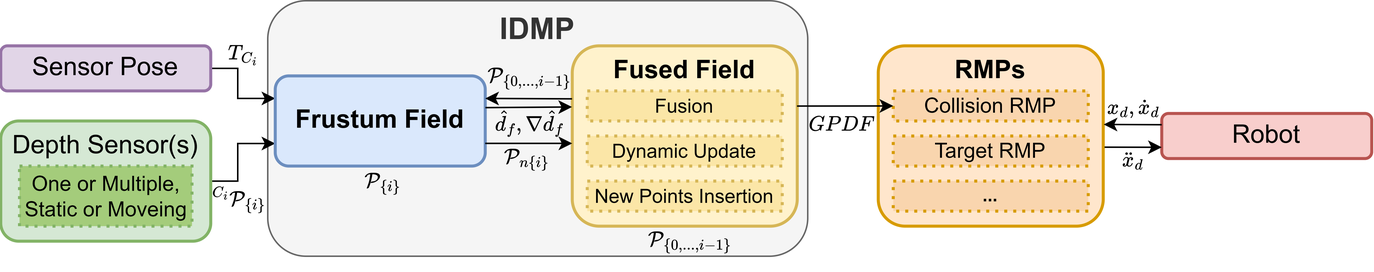
This is static/images/framework.png from Usaali/IDMP-RMP, a draw.io export, as it was before one commit. Source tidied: cells renumbered, new cells last; positions are measured from the earlier drawing's top-left corner, leaving out a move shared by most shapes.
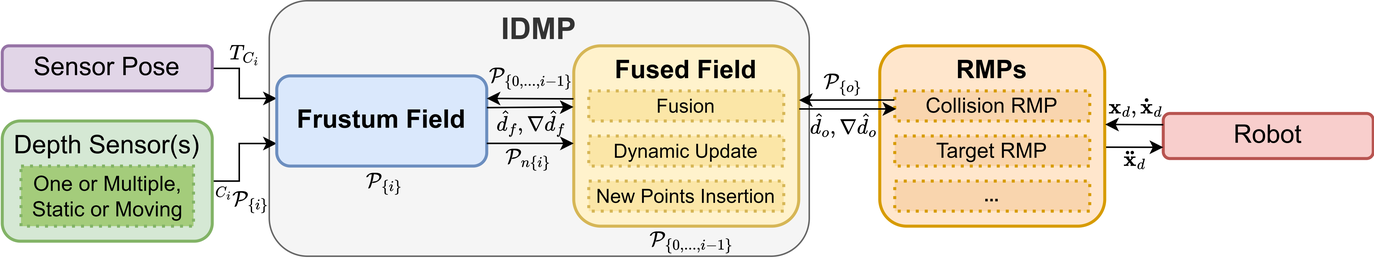
After the commit.

What changed in the source:
```diff
@@ -2,120 +2,128 @@
   <root>
     <mxCell id="0" />
     <mxCell id="1" parent="0" />
-    <mxCell id="2" value="IDMP" style="rounded=1;whiteSpace=wrap;html=1;verticalAlign=top;fontSize=20;fillColor=#f5f5f5;fontColor=#333333;strokeColor=#666666;fontStyle=1;" parent="1" vertex="1">
-      <mxGeometry x="178" width="360" height="170" as="geometry" />
+    <mxCell id="2" value="$$ \mathcal{P}_{\{o\}}$$" style="text;html=1;align=center;verticalAlign=middle;whiteSpace=wrap;rounded=0;" parent="1" vertex="1">
+      <mxGeometry x="531" y="40" width="60" height="30" as="geometry" />
     </mxCell>
-    <mxCell id="3" style="edgeStyle=orthogonalEdgeStyle;rounded=0;jettySize=auto;html=1;entryX=0;entryY=0.25;entryDx=0;entryDy=0;strokeWidth=1;endArrow=classic;endFill=1;" parent="1" edge="1" source="4" target="7">
-      <mxGeometry relative="1" as="geometry">
-        <Array as="points">
-          <mxPoint x="158" y="45" />
-          <mxPoint x="158" y="65" />
-        </Array>
-      </mxGeometry>
+    <mxCell id="3" value="$$ \hat{d}_{o}, \nabla \hat{d}_{o}$$" style="text;html=1;align=center;verticalAlign=middle;whiteSpace=wrap;rounded=0;" parent="1" vertex="1">
+      <mxGeometry x="501" y="68" width="120" height="30" as="geometry" />
     </mxCell>
-    <mxCell id="4" value="Sensor Pose" style="rounded=1;whiteSpace=wrap;html=1;strokeWidth=2;fontFamily=Helvetica;fontSize=17;verticalAlign=middle;fillColor=#e1d5e7;strokeColor=#9673a6;fontStyle=0;" parent="1" vertex="1">
-      <mxGeometry y="30" width="140" height="30" as="geometry" />
+    <mxCell id="4" value="IDMP" style="rounded=1;whiteSpace=wrap;html=1;verticalAlign=top;fontSize=20;fillColor=#f5f5f5;fontColor=#333333;strokeColor=#666666;fontStyle=1;" parent="1" vertex="1">
+      <mxGeometry x="178" width="360" height="170" as="geometry" />
     </mxCell>
-    <mxCell id="5" style="edgeStyle=orthogonalEdgeStyle;rounded=0;jettySize=auto;html=1;entryX=0;entryY=0.75;entryDx=0;entryDy=0;" parent="1" edge="1" source="6" target="7">
-      <mxGeometry relative="1" as="geometry">
-        <Array as="points">
-          <mxPoint x="158" y="120" />
-          <mxPoint x="158" y="95" />
-        </Array>
-      </mxGeometry>
+    <mxCell id="5" value="$$ \hat{d}_{f}, \nabla \hat{d}_{f}$$" style="text;html=1;align=center;verticalAlign=middle;whiteSpace=wrap;rounded=0;" parent="1" vertex="1">
+      <mxGeometry x="293" y="66" width="120" height="30" as="geometry" />
     </mxCell>
-    <mxCell id="6" value="&lt;font style=&quot;font-size: 17px;&quot;&gt;Depth Sensor(s)&lt;/font&gt;" style="rounded=1;whiteSpace=wrap;html=1;strokeWidth=2;fontFamily=Helvetica;fontSize=17;verticalAlign=top;fillColor=#d5e8d4;strokeColor=#82b366;fontStyle=0;" parent="1" vertex="1">
-      <mxGeometry y="80" width="140" height="80" as="geometry" />
+    <mxCell id="6" value="$$ \mathcal{P}_{\{0,...,i-1\}}$$" style="text;html=1;align=center;verticalAlign=middle;whiteSpace=wrap;rounded=0;" parent="1" vertex="1">
+      <mxGeometry x="323" y="36" width="60" height="30" as="geometry" />
     </mxCell>
-    <mxCell id="7" value="Frustum Field" style="rounded=1;whiteSpace=wrap;html=1;strokeWidth=2;fontFamily=Helvetica;fontSize=17;verticalAlign=middle;fillColor=#dae8fc;strokeColor=#6c8ebf;fontStyle=1;" parent="1" vertex="1">
-      <mxGeometry x="183" y="50" width="140" height="60" as="geometry" />
+    <mxCell id="7" style="edgeStyle=orthogonalEdgeStyle;rounded=0;jettySize=auto;html=1;entryX=0;entryY=0.25;entryDx=0;entryDy=0;strokeWidth=1;endArrow=classic;endFill=1;" parent="1" edge="1" source="8" target="11">
+      <mxGeometry relative="1" as="geometry">
+        <Array as="points">
+          <mxPoint x="158" y="45" />
+          <mxPoint x="158" y="65" />
+        </Array>
+      </mxGeometry>
     </mxCell>
-    <mxCell id="8" value="Robot" style="rounded=1;whiteSpace=wrap;html=1;strokeWidth=2;fontFamily=Helvetica;fontSize=17;verticalAlign=middle;fillColor=#f8cecc;strokeColor=#b85450;fontStyle=0;" parent="1" vertex="1">
-      <mxGeometry x="774" y="75" width="140" height="30" as="geometry" />
+    <mxCell id="8" value="Sensor Pose" style="rounded=1;whiteSpace=wrap;html=1;strokeWidth=2;fontFamily=Helvetica;fontSize=17;verticalAlign=middle;fillColor=#e1d5e7;strokeColor=#9673a6;fontStyle=0;" parent="1" vertex="1">
+      <mxGeometry y="30" width="140" height="30" as="geometry" />
     </mxCell>
-    <mxCell id="9" value="One or Multiple,&lt;div style=&quot;font-size: 14px;&quot;&gt;Static or Moveing&lt;/div&gt;" style="rounded=0;whiteSpace=wrap;html=1;dashed=1;strokeWidth=2;dashPattern=1 2;fillColor=#A4CC7B;strokeColor=#82b366;fontSize=14;" parent="1" vertex="1">
-      <mxGeometry x="12.5" y="110" width="115" height="40" as="geometry" />
+    <mxCell id="9" style="edgeStyle=orthogonalEdgeStyle;rounded=0;jettySize=auto;html=1;entryX=0;entryY=0.75;entryDx=0;entryDy=0;" parent="1" edge="1" source="10" target="11">
+      <mxGeometry relative="1" as="geometry">
+        <Array as="points">
+          <mxPoint x="158" y="120" />
+          <mxPoint x="158" y="95" />
+        </Array>
+      </mxGeometry>
     </mxCell>
-    <mxCell id="10" style="group;" parent="1" vertex="1">
-      <mxGeometry x="381" y="30" width="150" height="120" as="geometry" />
+    <mxCell id="10" value="&lt;font style=&quot;font-size: 17px;&quot;&gt;Depth Sensor(s)&lt;/font&gt;" style="rounded=1;whiteSpace=wrap;html=1;strokeWidth=2;fontFamily=Helvetica;fontSize=17;verticalAlign=top;fillColor=#d5e8d4;strokeColor=#82b366;fontStyle=0;" parent="1" vertex="1">
+      <mxGeometry y="80" width="140" height="80" as="geometry" />
     </mxCell>
-    <mxCell id="11" value="&lt;font style=&quot;font-size: 17px;&quot;&gt;Fused Field&lt;/font&gt;" style="rounded=1;whiteSpace=wrap;html=1;strokeWidth=2;fontFamily=Helvetica;fontSize=15;verticalAlign=top;fillColor=#fff2cc;strokeColor=#d6b656;fontStyle=1;" parent="10" vertex="1">
-      <mxGeometry width="150" height="120" as="geometry" />
+    <mxCell id="11" value="Frustum Field" style="rounded=1;whiteSpace=wrap;html=1;strokeWidth=2;fontFamily=Helvetica;fontSize=17;verticalAlign=middle;fillColor=#dae8fc;strokeColor=#6c8ebf;fontStyle=1;" parent="1" vertex="1">
+      <mxGeometry x="183" y="50" width="140" height="60" as="geometry" />
     </mxCell>
-    <mxCell id="12" value="Fusion" style="rounded=0;whiteSpace=wrap;html=1;dashed=1;strokeWidth=2;dashPattern=1 2;fillColor=#fbe6a7;strokeColor=#d6b656;fontSize=13;" parent="10" vertex="1">
-      <mxGeometry x="10" y="30" width="130" height="20" as="geometry" />
+    <mxCell id="12" value="Robot" style="rounded=1;whiteSpace=wrap;html=1;strokeWidth=2;fontFamily=Helvetica;fontSize=17;verticalAlign=middle;fillColor=#f8cecc;strokeColor=#b85450;fontStyle=0;" parent="1" vertex="1">
+      <mxGeometry x="774" y="75" width="140" height="30" as="geometry" />
     </mxCell>
-    <mxCell id="13" value="Dynamic Update" style="rounded=0;whiteSpace=wrap;html=1;dashed=1;strokeWidth=2;dashPattern=1 2;fillColor=#fbe6a7;strokeColor=#d6b656;fontSize=13;" parent="10" vertex="1">
-      <mxGeometry x="10" y="60" width="130" height="20" as="geometry" />
+    <mxCell id="13" value="One or Multiple,&lt;div style=&quot;font-size: 14px;&quot;&gt;Static or Moving&lt;/div&gt;" style="rounded=0;whiteSpace=wrap;html=1;dashed=1;strokeWidth=2;dashPattern=1 2;fillColor=#A4CC7B;strokeColor=#82b366;fontSize=14;" parent="1" vertex="1">
+      <mxGeometry x="12.5" y="110" width="115" height="40" as="geometry" />
     </mxCell>
-    <mxCell id="14" value="New Points Insertion" style="rounded=0;whiteSpace=wrap;html=1;dashed=1;strokeWidth=2;dashPattern=1 2;fillColor=#fbe6a7;strokeColor=#d6b656;fontSize=13;" parent="10" vertex="1">
-      <mxGeometry x="10" y="90" width="130" height="20" as="geometry" />
+    <mxCell id="14" style="group;" parent="1" vertex="1">
+      <mxGeometry x="381" y="30" width="150" height="120" as="geometry" />
     </mxCell>
-    <mxCell id="15" style="endArrow=classic;html=1;rounded=0;entryX=-0.001;entryY=0.339;entryDx=0;entryDy=0;entryPerimeter=0;exitX=1.001;exitY=0.352;exitDx=0;exitDy=0;exitPerimeter=0;" parent="1" edge="1" source="7" target="11">
-      <mxGeometry relative="1" as="geometry" />
+    <mxCell id="15" value="&lt;font style=&quot;font-size: 17px;&quot;&gt;Fused Field&lt;/font&gt;" style="rounded=1;whiteSpace=wrap;html=1;strokeWidth=2;fontFamily=Helvetica;fontSize=15;verticalAlign=top;fillColor=#fff2cc;strokeColor=#d6b656;fontStyle=1;" parent="14" vertex="1">
+      <mxGeometry width="150" height="120" as="geometry" />
     </mxCell>
-    <mxCell id="16" style="endArrow=classic;html=1;rounded=0;exitX=-0.001;exitY=0.294;exitDx=0;exitDy=0;exitPerimeter=0;entryX=1;entryY=0.25;entryDx=0;entryDy=0;" parent="1" edge="1" source="11" target="7">
-      <mxGeometry relative="1" as="geometry" />
+    <mxCell id="16" value="Fusion" style="rounded=0;whiteSpace=wrap;html=1;dashed=1;strokeWidth=2;dashPattern=1 2;fillColor=#fbe6a7;strokeColor=#d6b656;fontSize=13;" parent="14" vertex="1">
+      <mxGeometry x="10" y="30" width="130" height="20" as="geometry" />
     </mxCell>
-    <mxCell id="17" value="$$T_{C_{i}}$$" style="text;html=1;align=center;verticalAlign=middle;whiteSpace=wrap;rounded=0;" parent="1" vertex="1">
-      <mxGeometry x="132" y="21" width="60" height="30" as="geometry" />
+    <mxCell id="17" value="Dynamic Update" style="rounded=0;whiteSpace=wrap;html=1;dashed=1;strokeWidth=2;dashPattern=1 2;fillColor=#fbe6a7;strokeColor=#d6b656;fontSize=13;" parent="14" vertex="1">
+      <mxGeometry x="10" y="60" width="130" height="20" as="geometry" />
     </mxCell>
-    <mxCell id="18" value="$${}^{{C}_{{i}}} \mathcal{P}_{\{i\}}$$" style="text;html=1;align=center;verticalAlign=middle;whiteSpace=wrap;rounded=0;" parent="1" vertex="1">
-      <mxGeometry x="129.5" y="117" width="60" height="30" as="geometry" />
+    <mxCell id="18" value="New Points Insertion" style="rounded=0;whiteSpace=wrap;html=1;dashed=1;strokeWidth=2;dashPattern=1 2;fillColor=#fbe6a7;strokeColor=#d6b656;fontSize=13;" parent="14" vertex="1">
+      <mxGeometry x="10" y="90" width="130" height="20" as="geometry" />
     </mxCell>
-    <mxCell id="19" value="$$ \mathcal{P}_{\{i\}}$$" style="text;html=1;align=center;verticalAlign=middle;whiteSpace=wrap;rounded=0;" parent="1" vertex="1">
-      <mxGeometry x="225" y="106" width="60" height="30" as="geometry" />
+    <mxCell id="19" style="endArrow=classic;html=1;rounded=0;entryX=-0.001;entryY=0.339;entryDx=0;entryDy=0;entryPerimeter=0;exitX=1.001;exitY=0.352;exitDx=0;exitDy=0;exitPerimeter=0;" parent="1" edge="1" source="11" target="15">
+      <mxGeometry relative="1" as="geometry" />
     </mxCell>
-    <mxCell id="20" value="$$ \mathcal{P}_{\{0,...,i-1\}}$$" style="text;html=1;align=center;verticalAlign=middle;whiteSpace=wrap;rounded=0;" parent="1" vertex="1">
-      <mxGeometry x="430" y="145" width="60" height="30" as="geometry" />
+    <mxCell id="20" style="endArrow=classic;html=1;rounded=0;exitX=-0.001;exitY=0.294;exitDx=0;exitDy=0;exitPerimeter=0;entryX=1;entryY=0.25;entryDx=0;entryDy=0;" parent="1" edge="1" source="15" target="11">
+      <mxGeometry relative="1" as="geometry" />
     </mxCell>
-    <mxCell id="21" value="$$ GPDF $$" style="text;html=1;align=center;verticalAlign=middle;whiteSpace=wrap;rounded=0;" parent="1" vertex="1">
-      <mxGeometry x="501" y="68" width="120" height="30" as="geometry" />
+    <mxCell id="21" value="$$T_{C_{i}}$$" style="text;html=1;align=center;verticalAlign=middle;whiteSpace=wrap;rounded=0;" parent="1" vertex="1">
+      <mxGeometry x="132" y="21" width="60" height="30" as="geometry" />
     </mxCell>
-    <mxCell id="22" value="$$ \mathcal{P}_{n\{i\}}$$" style="text;html=1;align=center;verticalAlign=middle;whiteSpace=wrap;rounded=0;" parent="1" vertex="1">
-      <mxGeometry x="321" y="90" width="60" height="30" as="geometry" />
+    <mxCell id="22" value="$${}^{{C}_{{i}}} \mathcal{P}_{\{i\}}$$" style="text;html=1;align=center;verticalAlign=middle;whiteSpace=wrap;rounded=0;" parent="1" vertex="1">
+      <mxGeometry x="129.5" y="117" width="60" height="30" as="geometry" />
     </mxCell>
-    <mxCell id="23" value="$$\ddot{x}_{d}$$" style="text;html=1;align=center;verticalAlign=middle;whiteSpace=wrap;rounded=0;" parent="1" vertex="1">
-      <mxGeometry x="695" y="91" width="120" height="30" as="geometry" />
+    <mxCell id="23" value="$$ \mathcal{P}_{\{i\}}$$" style="text;html=1;align=center;verticalAlign=middle;whiteSpace=wrap;rounded=0;" parent="1" vertex="1">
+      <mxGeometry x="225" y="106" width="60" height="30" as="geometry" />
     </mxCell>
     <mxCell id="24" value="$$ \mathcal{P}_{\{0,...,i-1\}}$$" style="text;html=1;align=center;verticalAlign=middle;whiteSpace=wrap;rounded=0;" parent="1" vertex="1">
-      <mxGeometry x="323" y="36" width="60" height="30" as="geometry" />
+      <mxGeometry x="430" y="145" width="60" height="30" as="geometry" />
     </mxCell>
-    <mxCell id="25" style="endArrow=classic;html=1;rounded=0;entryX=-0.001;entryY=0.339;entryDx=0;entryDy=0;entryPerimeter=0;exitX=1.001;exitY=0.352;exitDx=0;exitDy=0;exitPerimeter=0;" parent="1" edge="1">
-      <mxGeometry relative="1" as="geometry">
-        <mxPoint x="323" y="94.9" as="sourcePoint" />
-        <mxPoint x="381" y="94.9" as="targetPoint" />
-      </mxGeometry>
+    <mxCell id="25" value="$$ \mathcal{P}_{n\{i\}}$$" style="text;html=1;align=center;verticalAlign=middle;whiteSpace=wrap;rounded=0;" parent="1" vertex="1">
+      <mxGeometry x="321" y="90" width="60" height="30" as="geometry" />
     </mxCell>
-    <mxCell id="26" value="$$ \hat{d}_{f}, \nabla \hat{d}_{f}$$" style="text;html=1;align=center;verticalAlign=middle;whiteSpace=wrap;rounded=0;" parent="1" vertex="1">
-      <mxGeometry x="293" y="66" width="120" height="30" as="geometry" />
+    <mxCell id="26" value="$$\mathbf{\ddot{x}}_{d}$$" style="text;html=1;align=center;verticalAlign=middle;whiteSpace=wrap;rounded=0;" parent="1" vertex="1">
+      <mxGeometry x="695" y="91" width="120" height="30" as="geometry" />
     </mxCell>
-    <mxCell id="27" style="group;" parent="1" vertex="1">
-      <mxGeometry x="585" y="30" width="150" height="120" as="geometry" />
+    <mxCell id="27" style="endArrow=classic;html=1;rounded=0;entryX=-0.001;entryY=0.339;entryDx=0;entryDy=0;entryPerimeter=0;exitX=1.001;exitY=0.352;exitDx=0;exitDy=0;exitPerimeter=0;" parent="1" edge="1">
+      <mxGeometry relative="1" as="geometry">
+        <mxPoint x="323" y="94.9" as="sourcePoint" />
+        <mxPoint x="381" y="94.9" as="targetPoint" />
+      </mxGeometry>
     </mxCell>
-    <mxCell id="28" value="RMPs" style="rounded=1;whiteSpace=wrap;html=1;strokeWidth=2;fontFamily=Helvetica;fontSize=17;verticalAlign=top;fillColor=#ffe6cc;strokeColor=#d79b00;fontStyle=1;" parent="27" vertex="1">
-      <mxGeometry width="150" height="120" as="geometry" />
+    <mxCell id="28" style="group;" parent="1" vertex="1">
+      <mxGeometry x="585" y="30" width="150" height="120" as="geometry" />
     </mxCell>
-    <mxCell id="29" value="&lt;font style=&quot;font-size: 14px;&quot;&gt;Collision RMP&lt;/font&gt;" style="rounded=0;whiteSpace=wrap;html=1;dashed=1;strokeWidth=2;dashPattern=1 2;fillColor=#f9d5ae;strokeColor=#d79b00;" parent="27" vertex="1">
-      <mxGeometry x="10" y="30" width="130" height="20" as="geometry" />
+    <mxCell id="29" value="RMPs" style="rounded=1;whiteSpace=wrap;html=1;strokeWidth=2;fontFamily=Helvetica;fontSize=17;verticalAlign=top;fillColor=#ffe6cc;strokeColor=#d79b00;fontStyle=1;" parent="28" vertex="1">
+      <mxGeometry width="150" height="120" as="geometry" />
     </mxCell>
-    <mxCell id="30" value="Target RMP" style="rounded=0;whiteSpace=wrap;html=1;dashed=1;strokeWidth=2;dashPattern=1 2;fillColor=#f9d5ae;strokeColor=#d79b00;fontSize=14;" parent="27" vertex="1">
-      <mxGeometry x="10" y="60" width="130" height="20" as="geometry" />
+    <mxCell id="30" value="&lt;font style=&quot;font-size: 14px;&quot;&gt;Collision RMP&lt;/font&gt;" style="rounded=0;whiteSpace=wrap;html=1;dashed=1;strokeWidth=2;dashPattern=1 2;fillColor=#f9d5ae;strokeColor=#d79b00;" parent="28" vertex="1">
+      <mxGeometry x="10" y="30" width="130" height="20" as="geometry" />
     </mxCell>
-    <mxCell id="31" value="..." style="rounded=0;whiteSpace=wrap;html=1;dashed=1;strokeWidth=2;dashPattern=1 2;fillColor=#f9d5ae;strokeColor=#d79b00;fontStyle=1;" parent="27" vertex="1">
-      <mxGeometry x="10" y="90" width="130" height="20" as="geometry" />
+    <mxCell id="31" value="Target RMP" style="rounded=0;whiteSpace=wrap;html=1;dashed=1;strokeWidth=2;dashPattern=1 2;fillColor=#f9d5ae;strokeColor=#d79b00;fontSize=14;" parent="28" vertex="1">
+      <mxGeometry x="10" y="60" width="130" height="20" as="geometry" />
     </mxCell>
-    <mxCell id="32" style="endArrow=classic;html=1;rounded=0;entryX=0;entryY=0.5;entryDx=0;entryDy=0;exitX=0.999;exitY=0.334;exitDx=0;exitDy=0;exitPerimeter=0;" parent="1" edge="1" source="11" target="29">
-      <mxGeometry relative="1" as="geometry" />
+    <mxCell id="32" value="..." style="rounded=0;whiteSpace=wrap;html=1;dashed=1;strokeWidth=2;dashPattern=1 2;fillColor=#f9d5ae;strokeColor=#d79b00;fontStyle=1;" parent="28" vertex="1">
+      <mxGeometry x="10" y="90" width="130" height="20" as="geometry" />
     </mxCell>
-    <mxCell id="33" style="endArrow=classic;html=1;rounded=0;entryX=0;entryY=0.75;entryDx=0;entryDy=0;exitX=1.006;exitY=0.562;exitDx=0;exitDy=0;exitPerimeter=0;" parent="1" edge="1" source="28" target="8">
+    <mxCell id="33" style="endArrow=classic;html=1;rounded=0;entryX=0;entryY=0.75;entryDx=0;entryDy=0;exitX=1.006;exitY=0.562;exitDx=0;exitDy=0;exitPerimeter=0;" parent="1" edge="1" source="29" target="12">
       <mxGeometry relative="1" as="geometry" />
     </mxCell>
-    <mxCell id="34" style="endArrow=classic;html=1;rounded=0;exitX=0;exitY=0.25;exitDx=0;exitDy=0;entryX=1.002;entryY=0.436;entryDx=0;entryDy=0;entryPerimeter=0;" parent="1" edge="1" source="8" target="28">
+    <mxCell id="34" style="endArrow=classic;html=1;rounded=0;exitX=0;exitY=0.25;exitDx=0;exitDy=0;entryX=1.002;entryY=0.436;entryDx=0;entryDy=0;entryPerimeter=0;" parent="1" edge="1" source="12" target="29">
       <mxGeometry relative="1" as="geometry" />
     </mxCell>
-    <mxCell id="35" value="$${x}_{d}, \dot{x}_{d}$$" style="text;html=1;align=center;verticalAlign=middle;whiteSpace=wrap;rounded=0;" parent="1" vertex="1">
+    <mxCell id="35" value="$$\mathbf{x}_{d}, \mathbf{\dot{x}}_{d}$$" style="text;html=1;align=center;verticalAlign=middle;whiteSpace=wrap;rounded=0;" parent="1" vertex="1">
       <mxGeometry x="696" y="56" width="120" height="30" as="geometry" />
     </mxCell>
+    <mxCell id="36" style="endArrow=classic;html=1;rounded=0;entryX=-0.001;entryY=0.339;entryDx=0;entryDy=0;entryPerimeter=0;exitX=1.002;exitY=0.35;exitDx=0;exitDy=0;exitPerimeter=0;" parent="1" edge="1" source="15">
+      <mxGeometry relative="1" as="geometry">
+        <mxPoint x="596" y="72" as="targetPoint" />
+      </mxGeometry>
+    </mxCell>
+    <mxCell id="37" style="endArrow=classic;html=1;rounded=0;exitX=-0.002;exitY=0.303;exitDx=0;exitDy=0;exitPerimeter=0;entryX=1.001;entryY=0.301;entryDx=0;entryDy=0;entryPerimeter=0;" parent="1" edge="1" source="30" target="15">
+      <mxGeometry relative="1" as="geometry" />
+    </mxCell>
   </root>
 </mxGraphModel>
```
